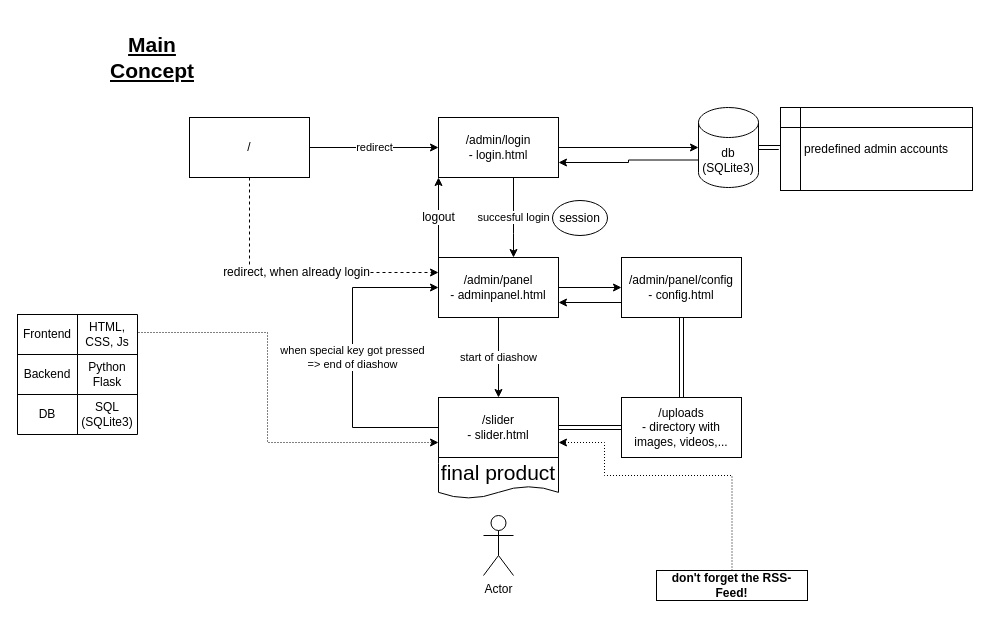
WFWisag/Lobbyfernseher-code keeps this draw.io diagram as page "mainconcept" (2 of 3) of plan_diagram.drawio. Above is the earlier version. Source tidied: cells renumbered, new cells numbered last; positions are measured from the earlier drawing's top-left corner, leaving out a move shared by most shapes. Both pictures are drawn from the tidied source at 100%, with x=0, y=0 at pixel (17, 42).
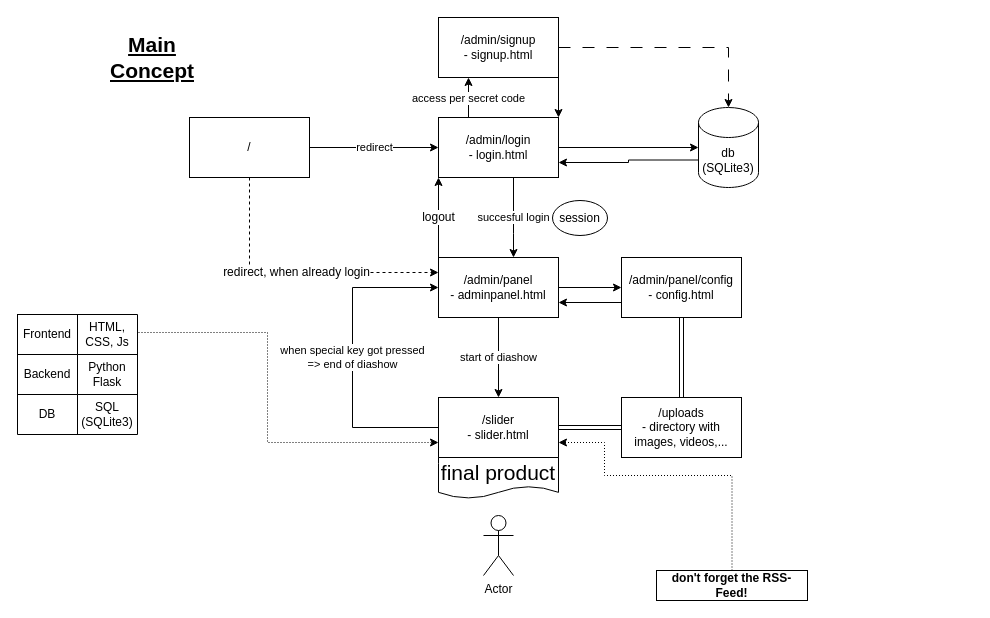
The same diagram, later.

The change refers to these unchanged cells:
```xml
<mxCell id="7" value="/admin/login&lt;br&gt;- login.html" style="rounded=0;whiteSpace=wrap;html=1;" parent="1" vertex="1">
  <mxGeometry x="421" y="75" width="120" height="60" as="geometry" />
</mxCell>
<mxCell id="19" value="db&lt;br&gt;(SQLite3)" style="shape=cylinder3;whiteSpace=wrap;html=1;boundedLbl=1;backgroundOutline=1;size=15;" parent="1" vertex="1">
  <mxGeometry x="681" y="65" width="60" height="80" as="geometry" />
</mxCell>
```

Diff of the diagram source:
```diff
@@
+    <mxCell id="40" style="edgeStyle=orthogonalEdgeStyle;rounded=0;jettySize=auto;html=1;exitX=0.25;exitY=0;exitDx=0;exitDy=0;entryX=0.25;entryY=1;entryDx=0;entryDy=0;" parent="1" edge="1" source="7" target="44">
+      <mxGeometry relative="1" as="geometry" />
+    </mxCell>
+    <mxCell id="41" value="access per secret code" style="edgeLabel;html=1;align=center;verticalAlign=middle;" parent="40" vertex="1">
+      <mxGeometry y="1" relative="1" as="geometry" />
+    </mxCell>
@@
-    <mxCell id="17" style="edgeStyle=orthogonalEdgeStyle;shape=link;rounded=0;jettySize=auto;html=1;exitX=1;exitY=0.5;exitDx=0;exitDy=0;exitPerimeter=0;entryX=0;entryY=0.5;entryDx=0;entryDy=0;" parent="1" edge="1" source="19" target="20">
-      <mxGeometry relative="1" as="geometry" />
-    </mxCell>
@@
-    <mxCell id="20" value="predefined admin accounts" style="shape=internalStorage;whiteSpace=wrap;html=1;backgroundOutline=1;" parent="1" vertex="1">
-      <mxGeometry x="763" y="65" width="192" height="83" as="geometry" />
-    </mxCell>
@@
+    <mxCell id="42" style="edgeStyle=orthogonalEdgeStyle;rounded=0;jettySize=auto;html=1;exitX=1;exitY=0.5;exitDx=0;exitDy=0;entryX=0.5;entryY=0;entryDx=0;entryDy=0;entryPerimeter=0;dashed=1;dashPattern=12 12;" parent="1" edge="1" source="44" target="19">
+      <mxGeometry relative="1" as="geometry" />
+    </mxCell>
+    <mxCell id="43" style="edgeStyle=orthogonalEdgeStyle;rounded=0;jettySize=auto;html=1;exitX=1;exitY=1;exitDx=0;exitDy=0;entryX=1;entryY=0;entryDx=0;entryDy=0;" parent="1" edge="1" source="44" target="7">
+      <mxGeometry relative="1" as="geometry" />
+    </mxCell>
+    <mxCell id="44" value="/admin/signup&lt;br&gt;- signup.html" style="rounded=0;whiteSpace=wrap;html=1;" parent="1" vertex="1">
+      <mxGeometry x="421" y="-25" width="120" height="60" as="geometry" />
+    </mxCell>
```
